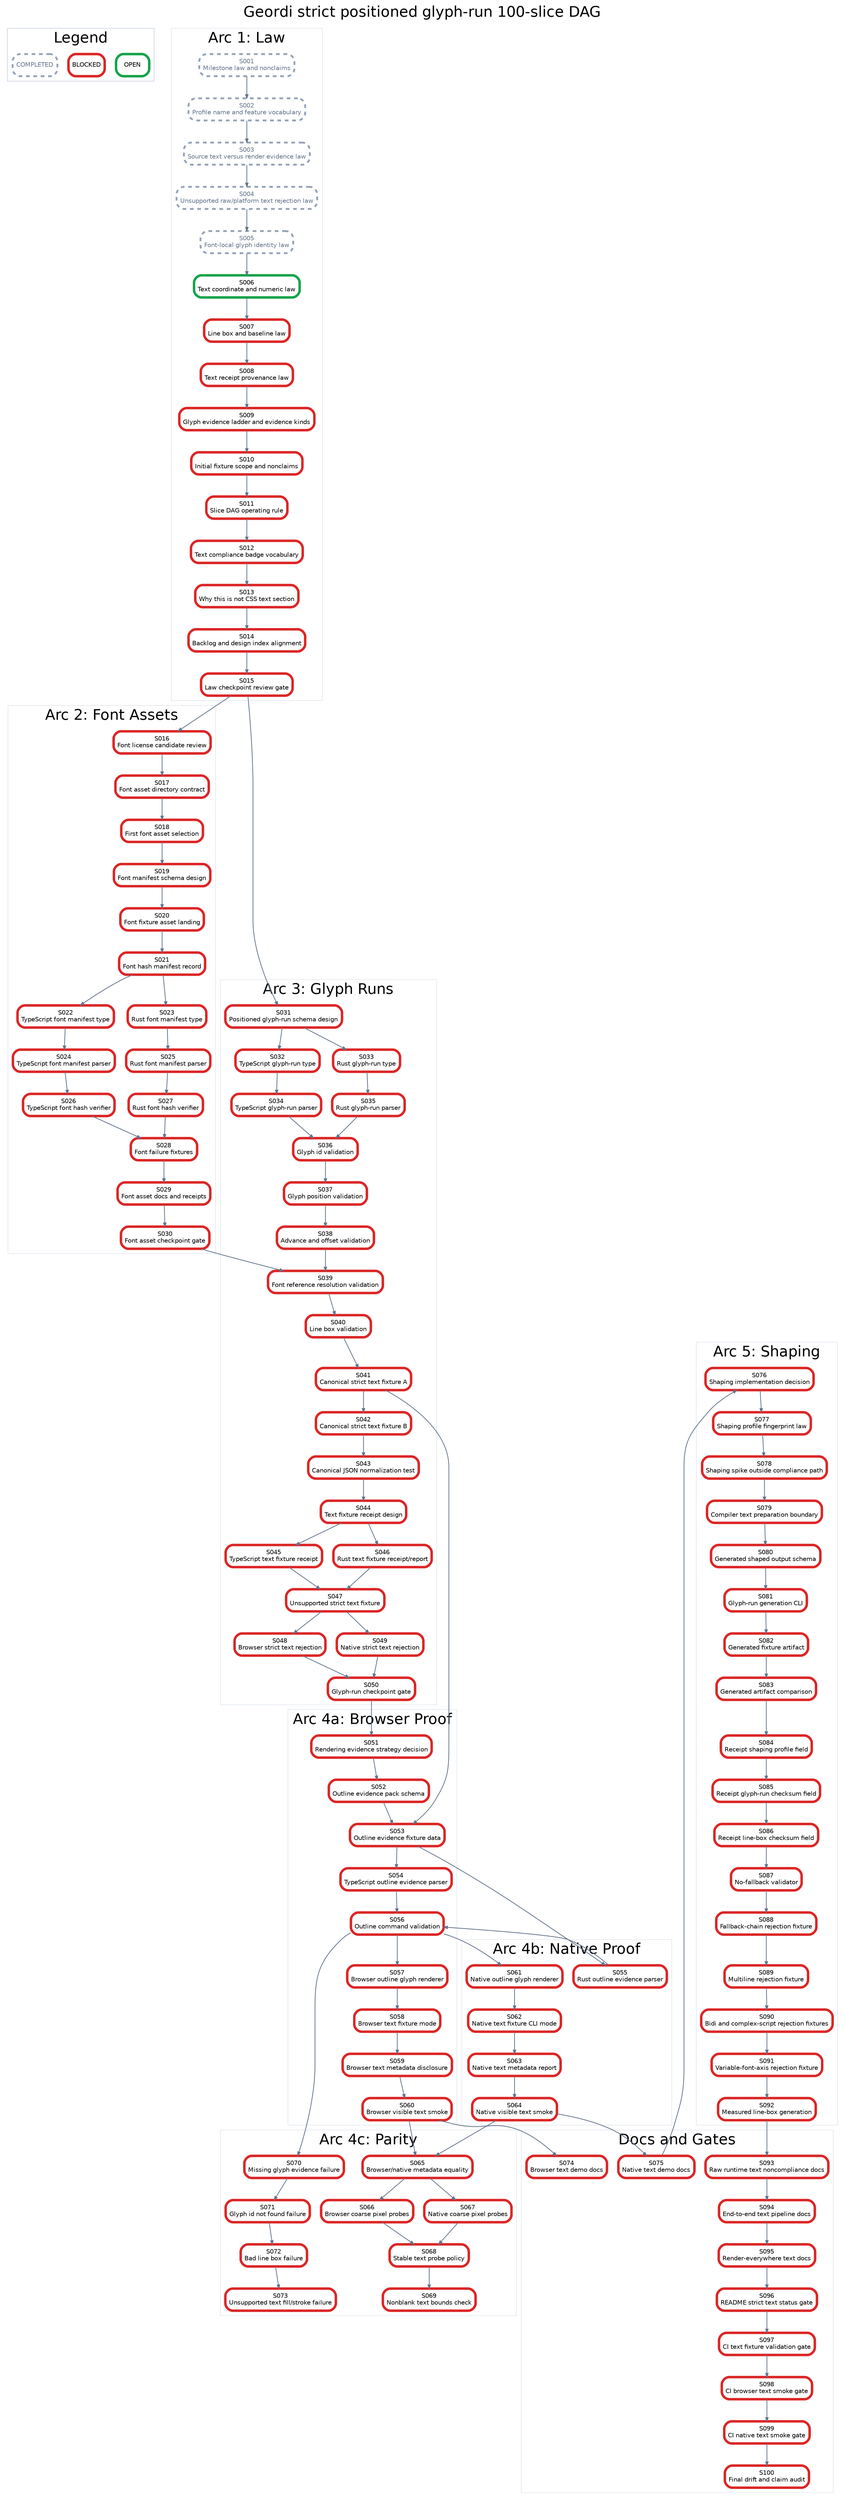
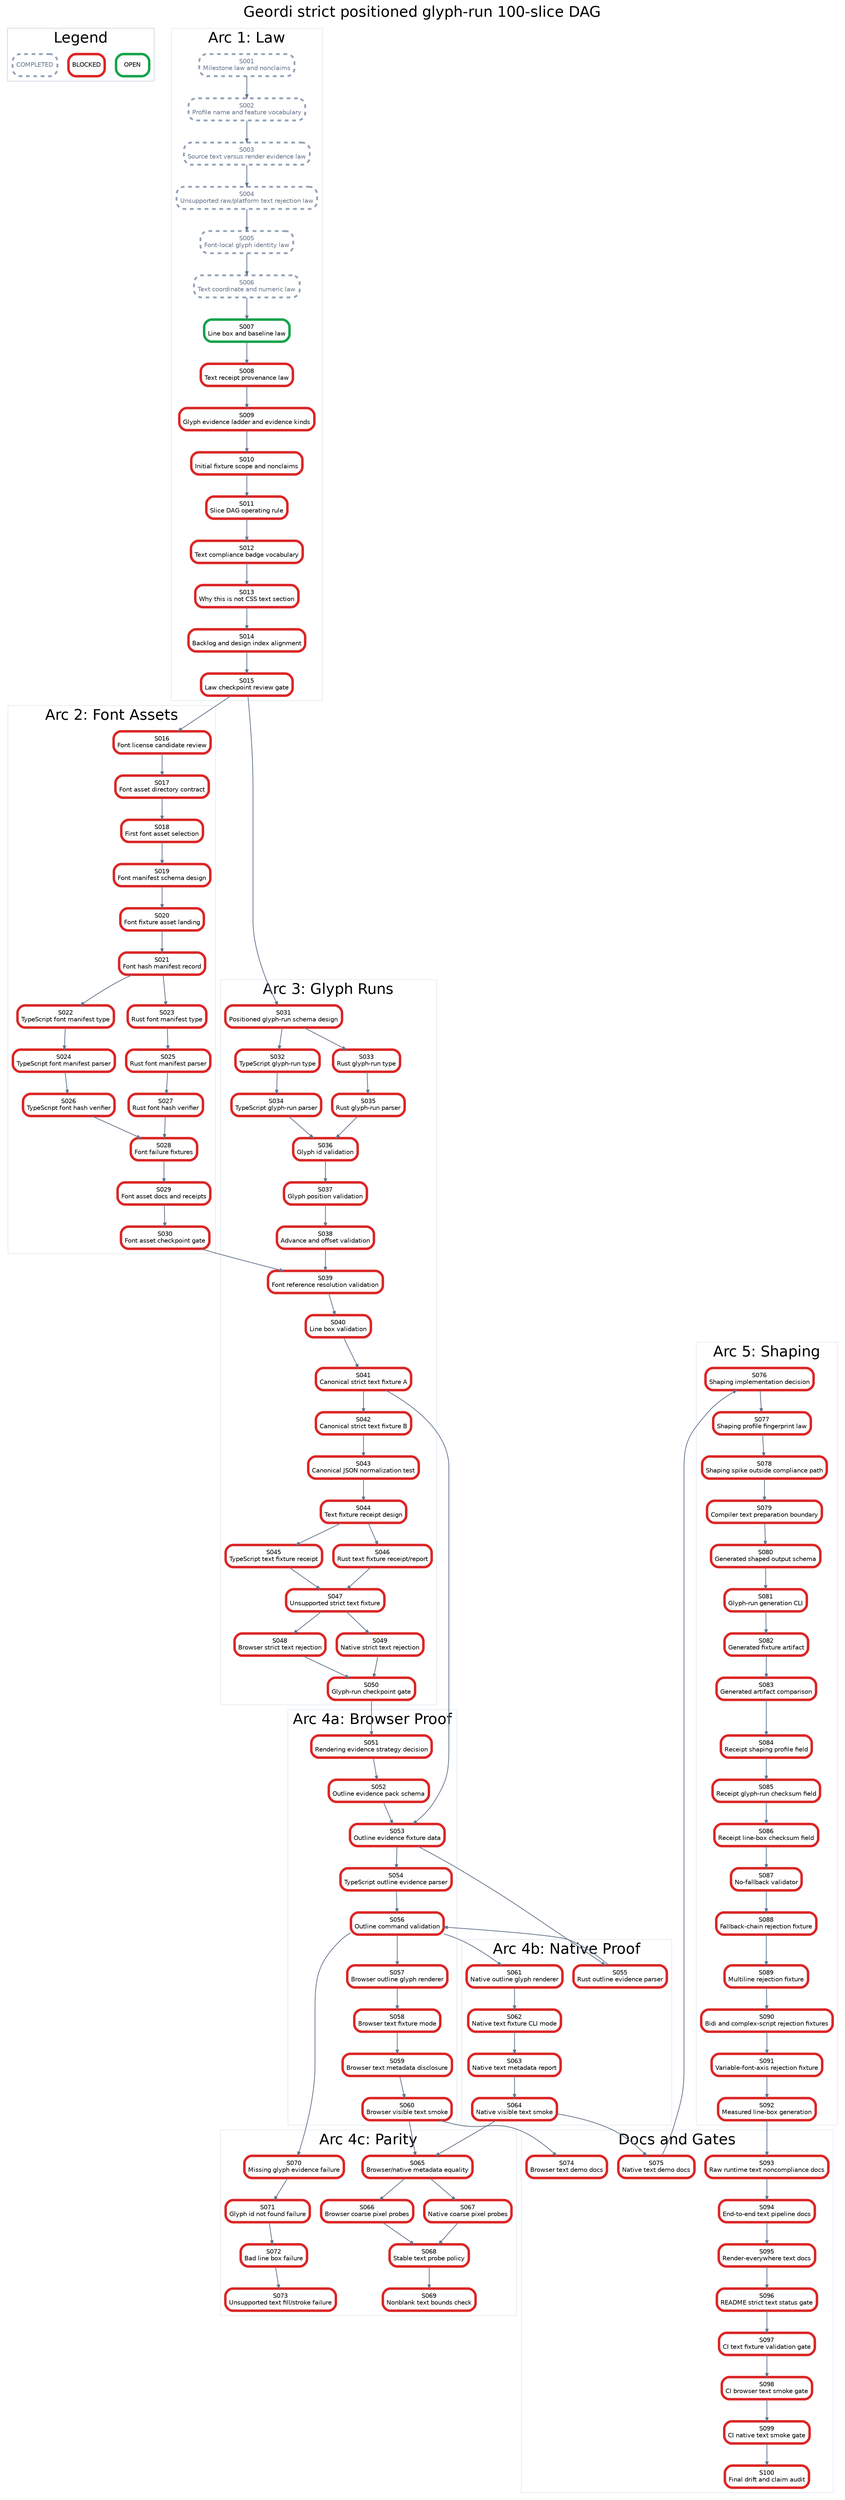
digraph StrictPositionedGlyphRunPlan {
  graph [rankdir=TB, bgcolor="white", fontname="Helvetica", label="Geordi strict positioned glyph-run 100-slice DAG", labelloc="t", fontsize=24];
  node [shape=box, style="rounded,filled", fillcolor="white", fontname="Helvetica", fontsize=10, margin="0.08,0.05"];
  edge [color="#64748b", arrowsize=0.6, penwidth=1.2];

  subgraph cluster_legend {
    label="Legend";
    color="#cbd5e1";
    legend_open [label="OPEN", color="#16a34a", penwidth=4];
    legend_blocked [label="BLOCKED", color="#dc2626", penwidth=4];
    legend_done [label="COMPLETED", color="#94a3b8", penwidth=3, style="rounded,filled,dashed", fontcolor="#64748b"];
  }

  subgraph cluster_law {
    label="Arc 1: Law";
    color="#e2e8f0";
    S001 [label="S001\nMilestone law and nonclaims", color="#94a3b8", penwidth=3, style="rounded,filled,dashed", fontcolor="#64748b"];
    S002 [label="S002\nProfile name and feature vocabulary", color="#94a3b8", penwidth=3, style="rounded,filled,dashed", fontcolor="#64748b"];
    S003 [label="S003\nSource text versus render evidence law", color="#94a3b8", penwidth=3, style="rounded,filled,dashed", fontcolor="#64748b"];
    S004 [label="S004\nUnsupported raw/platform text rejection law", color="#94a3b8", penwidth=3, style="rounded,filled,dashed", fontcolor="#64748b"];
    S005 [label="S005\nFont-local glyph identity law", color="#94a3b8", penwidth=3, style="rounded,filled,dashed", fontcolor="#64748b"];
-     S006 [label="S006\nText coordinate and numeric law", color="#16a34a", penwidth=4];
-     S007 [label="S007\nLine box and baseline law", color="#dc2626", penwidth=4];
+     S006 [label="S006\nText coordinate and numeric law", color="#94a3b8", penwidth=3, style="rounded,filled,dashed", fontcolor="#64748b"];
+     S007 [label="S007\nLine box and baseline law", color="#16a34a", penwidth=4];
    S008 [label="S008\nText receipt provenance law", color="#dc2626", penwidth=4];
    S009 [label="S009\nGlyph evidence ladder and evidence kinds", color="#dc2626", penwidth=4];
    S010 [label="S010\nInitial fixture scope and nonclaims", color="#dc2626", penwidth=4];
    S011 [label="S011\nSlice DAG operating rule", color="#dc2626", penwidth=4];
    S012 [label="S012\nText compliance badge vocabulary", color="#dc2626", penwidth=4];
    S013 [label="S013\nWhy this is not CSS text section", color="#dc2626", penwidth=4];
    S014 [label="S014\nBacklog and design index alignment", color="#dc2626", penwidth=4];
    S015 [label="S015\nLaw checkpoint review gate", color="#dc2626", penwidth=4];
  }

  subgraph cluster_assets {
    label="Arc 2: Font Assets";
    color="#e2e8f0";
    S016 [label="S016\nFont license candidate review", color="#dc2626", penwidth=4];
    S017 [label="S017\nFont asset directory contract", color="#dc2626", penwidth=4];
    S018 [label="S018\nFirst font asset selection", color="#dc2626", penwidth=4];
    S019 [label="S019\nFont manifest schema design", color="#dc2626", penwidth=4];
    S020 [label="S020\nFont fixture asset landing", color="#dc2626", penwidth=4];
    S021 [label="S021\nFont hash manifest record", color="#dc2626", penwidth=4];
    S022 [label="S022\nTypeScript font manifest type", color="#dc2626", penwidth=4];
    S023 [label="S023\nRust font manifest type", color="#dc2626", penwidth=4];
    S024 [label="S024\nTypeScript font manifest parser", color="#dc2626", penwidth=4];
    S025 [label="S025\nRust font manifest parser", color="#dc2626", penwidth=4];
    S026 [label="S026\nTypeScript font hash verifier", color="#dc2626", penwidth=4];
    S027 [label="S027\nRust font hash verifier", color="#dc2626", penwidth=4];
    S028 [label="S028\nFont failure fixtures", color="#dc2626", penwidth=4];
    S029 [label="S029\nFont asset docs and receipts", color="#dc2626", penwidth=4];
    S030 [label="S030\nFont asset checkpoint gate", color="#dc2626", penwidth=4];
  }

  subgraph cluster_glyph {
    label="Arc 3: Glyph Runs";
    color="#e2e8f0";
    S031 [label="S031\nPositioned glyph-run schema design", color="#dc2626", penwidth=4];
    S032 [label="S032\nTypeScript glyph-run type", color="#dc2626", penwidth=4];
    S033 [label="S033\nRust glyph-run type", color="#dc2626", penwidth=4];
    S034 [label="S034\nTypeScript glyph-run parser", color="#dc2626", penwidth=4];
    S035 [label="S035\nRust glyph-run parser", color="#dc2626", penwidth=4];
    S036 [label="S036\nGlyph id validation", color="#dc2626", penwidth=4];
    S037 [label="S037\nGlyph position validation", color="#dc2626", penwidth=4];
    S038 [label="S038\nAdvance and offset validation", color="#dc2626", penwidth=4];
    S039 [label="S039\nFont reference resolution validation", color="#dc2626", penwidth=4];
    S040 [label="S040\nLine box validation", color="#dc2626", penwidth=4];
    S041 [label="S041\nCanonical strict text fixture A", color="#dc2626", penwidth=4];
    S042 [label="S042\nCanonical strict text fixture B", color="#dc2626", penwidth=4];
    S043 [label="S043\nCanonical JSON normalization test", color="#dc2626", penwidth=4];
    S044 [label="S044\nText fixture receipt design", color="#dc2626", penwidth=4];
    S045 [label="S045\nTypeScript text fixture receipt", color="#dc2626", penwidth=4];
    S046 [label="S046\nRust text fixture receipt/report", color="#dc2626", penwidth=4];
    S047 [label="S047\nUnsupported strict text fixture", color="#dc2626", penwidth=4];
    S048 [label="S048\nBrowser strict text rejection", color="#dc2626", penwidth=4];
    S049 [label="S049\nNative strict text rejection", color="#dc2626", penwidth=4];
    S050 [label="S050\nGlyph-run checkpoint gate", color="#dc2626", penwidth=4];
  }

  subgraph cluster_browser {
    label="Arc 4a: Browser Proof";
    color="#e2e8f0";
    S051 [label="S051\nRendering evidence strategy decision", color="#dc2626", penwidth=4];
    S052 [label="S052\nOutline evidence pack schema", color="#dc2626", penwidth=4];
    S053 [label="S053\nOutline evidence fixture data", color="#dc2626", penwidth=4];
    S054 [label="S054\nTypeScript outline evidence parser", color="#dc2626", penwidth=4];
    S056 [label="S056\nOutline command validation", color="#dc2626", penwidth=4];
    S057 [label="S057\nBrowser outline glyph renderer", color="#dc2626", penwidth=4];
    S058 [label="S058\nBrowser text fixture mode", color="#dc2626", penwidth=4];
    S059 [label="S059\nBrowser text metadata disclosure", color="#dc2626", penwidth=4];
    S060 [label="S060\nBrowser visible text smoke", color="#dc2626", penwidth=4];
  }

  subgraph cluster_native {
    label="Arc 4b: Native Proof";
    color="#e2e8f0";
    S055 [label="S055\nRust outline evidence parser", color="#dc2626", penwidth=4];
    S061 [label="S061\nNative outline glyph renderer", color="#dc2626", penwidth=4];
    S062 [label="S062\nNative text fixture CLI mode", color="#dc2626", penwidth=4];
    S063 [label="S063\nNative text metadata report", color="#dc2626", penwidth=4];
    S064 [label="S064\nNative visible text smoke", color="#dc2626", penwidth=4];
  }

  subgraph cluster_parity {
    label="Arc 4c: Parity";
    color="#e2e8f0";
    S065 [label="S065\nBrowser/native metadata equality", color="#dc2626", penwidth=4];
    S066 [label="S066\nBrowser coarse pixel probes", color="#dc2626", penwidth=4];
    S067 [label="S067\nNative coarse pixel probes", color="#dc2626", penwidth=4];
    S068 [label="S068\nStable text probe policy", color="#dc2626", penwidth=4];
    S069 [label="S069\nNonblank text bounds check", color="#dc2626", penwidth=4];
    S070 [label="S070\nMissing glyph evidence failure", color="#dc2626", penwidth=4];
    S071 [label="S071\nGlyph id not found failure", color="#dc2626", penwidth=4];
    S072 [label="S072\nBad line box failure", color="#dc2626", penwidth=4];
    S073 [label="S073\nUnsupported text fill/stroke failure", color="#dc2626", penwidth=4];
  }

  subgraph cluster_shaping {
    label="Arc 5: Shaping";
    color="#e2e8f0";
    S076 [label="S076\nShaping implementation decision", color="#dc2626", penwidth=4];
    S077 [label="S077\nShaping profile fingerprint law", color="#dc2626", penwidth=4];
    S078 [label="S078\nShaping spike outside compliance path", color="#dc2626", penwidth=4];
    S079 [label="S079\nCompiler text preparation boundary", color="#dc2626", penwidth=4];
    S080 [label="S080\nGenerated shaped output schema", color="#dc2626", penwidth=4];
    S081 [label="S081\nGlyph-run generation CLI", color="#dc2626", penwidth=4];
    S082 [label="S082\nGenerated fixture artifact", color="#dc2626", penwidth=4];
    S083 [label="S083\nGenerated artifact comparison", color="#dc2626", penwidth=4];
    S084 [label="S084\nReceipt shaping profile field", color="#dc2626", penwidth=4];
    S085 [label="S085\nReceipt glyph-run checksum field", color="#dc2626", penwidth=4];
    S086 [label="S086\nReceipt line-box checksum field", color="#dc2626", penwidth=4];
    S087 [label="S087\nNo-fallback validator", color="#dc2626", penwidth=4];
    S088 [label="S088\nFallback-chain rejection fixture", color="#dc2626", penwidth=4];
    S089 [label="S089\nMultiline rejection fixture", color="#dc2626", penwidth=4];
    S090 [label="S090\nBidi and complex-script rejection fixtures", color="#dc2626", penwidth=4];
    S091 [label="S091\nVariable-font-axis rejection fixture", color="#dc2626", penwidth=4];
    S092 [label="S092\nMeasured line-box generation", color="#dc2626", penwidth=4];
  }

  subgraph cluster_docs {
    label="Docs and Gates";
    color="#e2e8f0";
    S074 [label="S074\nBrowser text demo docs", color="#dc2626", penwidth=4];
    S075 [label="S075\nNative text demo docs", color="#dc2626", penwidth=4];
    S093 [label="S093\nRaw runtime text noncompliance docs", color="#dc2626", penwidth=4];
    S094 [label="S094\nEnd-to-end text pipeline docs", color="#dc2626", penwidth=4];
    S095 [label="S095\nRender-everywhere text docs", color="#dc2626", penwidth=4];
    S096 [label="S096\nREADME strict text status gate", color="#dc2626", penwidth=4];
    S097 [label="S097\nCI text fixture validation gate", color="#dc2626", penwidth=4];
    S098 [label="S098\nCI browser text smoke gate", color="#dc2626", penwidth=4];
    S099 [label="S099\nCI native text smoke gate", color="#dc2626", penwidth=4];
    S100 [label="S100\nFinal drift and claim audit", color="#dc2626", penwidth=4];
  }

  S001 -> S002;
  S002 -> S003;
  S003 -> S004;
  S004 -> S005;
  S005 -> S006;
  S006 -> S007;
  S007 -> S008;
  S008 -> S009;
  S009 -> S010;
  S010 -> S011;
  S011 -> S012;
  S012 -> S013;
  S013 -> S014;
  S014 -> S015;
  S015 -> S016;
  S016 -> S017;
  S017 -> S018;
  S018 -> S019;
  S019 -> S020;
  S020 -> S021;
  S021 -> S022;
  S021 -> S023;
  S022 -> S024;
  S023 -> S025;
  S024 -> S026;
  S025 -> S027;
  S026 -> S028;
  S027 -> S028;
  S028 -> S029;
  S029 -> S030;
  S015 -> S031;
  S031 -> S032;
  S031 -> S033;
  S032 -> S034;
  S033 -> S035;
  S034 -> S036;
  S035 -> S036;
  S036 -> S037;
  S037 -> S038;
  S038 -> S039;
  S039 -> S040;
  S030 -> S039;
  S040 -> S041;
  S041 -> S042;
  S042 -> S043;
  S043 -> S044;
  S044 -> S045;
  S044 -> S046;
  S045 -> S047;
  S046 -> S047;
  S047 -> S048;
  S047 -> S049;
  S048 -> S050;
  S049 -> S050;
  S050 -> S051;
  S051 -> S052;
  S052 -> S053;
  S041 -> S053;
  S053 -> S054;
  S053 -> S055;
  S054 -> S056;
  S055 -> S056;
  S056 -> S057;
  S057 -> S058;
  S058 -> S059;
  S059 -> S060;
  S056 -> S061;
  S061 -> S062;
  S062 -> S063;
  S063 -> S064;
  S060 -> S065;
  S064 -> S065;
  S065 -> S066;
  S065 -> S067;
  S066 -> S068;
  S067 -> S068;
  S068 -> S069;
  S056 -> S070;
  S070 -> S071;
  S071 -> S072;
  S072 -> S073;
  S060 -> S074;
  S064 -> S075;
  S075 -> S076;
  S076 -> S077;
  S077 -> S078;
  S078 -> S079;
  S079 -> S080;
  S080 -> S081;
  S081 -> S082;
  S082 -> S083;
  S083 -> S084;
  S084 -> S085;
  S085 -> S086;
  S086 -> S087;
  S087 -> S088;
  S088 -> S089;
  S089 -> S090;
  S090 -> S091;
  S091 -> S092;
  S092 -> S093;
  S093 -> S094;
  S094 -> S095;
  S095 -> S096;
  S096 -> S097;
  S097 -> S098;
  S098 -> S099;
  S099 -> S100;
}
